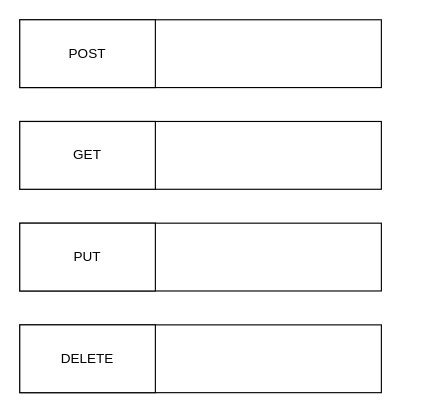
Earlier version of the draw.io diagram Unbenanntes Diagramm.drawio (danmas221/Spring-Boot-Anwendung). Source tidied: cells renumbered, new cells numbered last; positions are measured from the earlier drawing's top-left corner, leaving out a move shared by most shapes. Both pictures are drawn from the tidied source at 113%, with x=0, y=0 at pixel (19, 19).
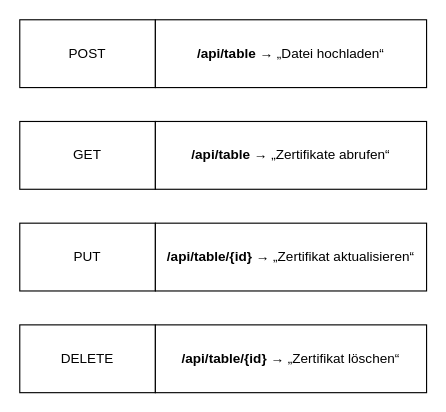
The same diagram, later.

Diff of the diagram source:
```diff
@@
 <mxGraphModel>
   <root>
     <mxCell id="0" />
     <mxCell id="1" parent="0" />
-    <mxCell id="2" style="rounded=0;whiteSpace=wrap;html=1;" parent="1" vertex="1">
-      <mxGeometry width="320" height="60" as="geometry" />
-    </mxCell>
     <mxCell id="3" value="POST" style="rounded=0;whiteSpace=wrap;html=1;" parent="1" vertex="1">
       <mxGeometry width="120" height="60" as="geometry" />
     </mxCell>
-    <mxCell id="4" style="rounded=0;whiteSpace=wrap;html=1;" parent="1" vertex="1">
-      <mxGeometry y="90" width="320" height="60" as="geometry" />
-    </mxCell>
     <mxCell id="5" value="GET" style="rounded=0;whiteSpace=wrap;html=1;" parent="1" vertex="1">
       <mxGeometry y="90" width="120" height="60" as="geometry" />
     </mxCell>
-    <mxCell id="6" style="rounded=0;whiteSpace=wrap;html=1;" parent="1" vertex="1">
-      <mxGeometry y="180" width="320" height="60" as="geometry" />
-    </mxCell>
     <mxCell id="7" value="PUT" style="rounded=0;whiteSpace=wrap;html=1;" parent="1" vertex="1">
       <mxGeometry y="180" width="120" height="60" as="geometry" />
     </mxCell>
-    <mxCell id="8" style="rounded=0;whiteSpace=wrap;html=1;" parent="1" vertex="1">
-      <mxGeometry y="270" width="320" height="60" as="geometry" />
-    </mxCell>
     <mxCell id="9" value="DELETE" style="rounded=0;whiteSpace=wrap;html=1;" parent="1" vertex="1">
       <mxGeometry y="270" width="120" height="60" as="geometry" />
     </mxCell>
+    <mxCell id="10" value="&lt;strong&gt;/api/table&lt;/strong&gt;&amp;nbsp;→ „Datei hochladen“" style="rounded=0;whiteSpace=wrap;html=1;" parent="1" vertex="1">
+      <mxGeometry x="120" width="240" height="60" as="geometry" />
+    </mxCell>
+    <mxCell id="11" value="&lt;strong&gt;/api/table&lt;/strong&gt;&amp;nbsp;→ „Zertifikate abrufen“" style="rounded=0;whiteSpace=wrap;html=1;" parent="1" vertex="1">
+      <mxGeometry x="120" y="90" width="240" height="60" as="geometry" />
+    </mxCell>
+    <mxCell id="12" value="&lt;strong&gt;/api/table/{id}&lt;/strong&gt; → „Zertifikat aktualisieren“" style="rounded=0;whiteSpace=wrap;html=1;" parent="1" vertex="1">
+      <mxGeometry x="120" y="180" width="240" height="60" as="geometry" />
+    </mxCell>
+    <mxCell id="13" value="&lt;strong&gt;/api/table/{id}&lt;/strong&gt; → „Zertifikat löschen“" style="rounded=0;whiteSpace=wrap;html=1;" parent="1" vertex="1">
+      <mxGeometry x="120" y="270" width="240" height="60" as="geometry" />
+    </mxCell>
   </root>
 </mxGraphModel>
```
